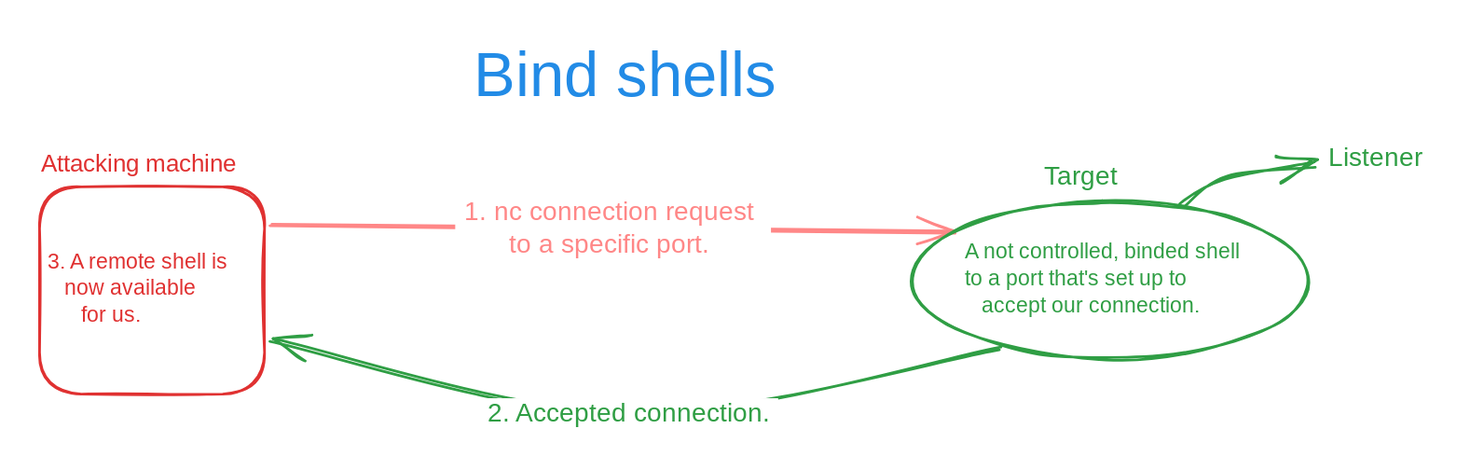
The Excalidraw diagram .gitbook/assets/file.excalidraw (10).svg in 7ankalis/muninn-cpts, before a commit. Source tidied: one line per element, renumbered; positions are measured from the earlier drawing's top-left corner, leaving out a move shared by most shapes. Source of this version:
```json
{"id": 0, "type": "rectangle", "strokeColor": "#e03131", "strokeWidth": 2, "roughness": 1, "round": true, "x": 0, "y": 113, "width": 173, "height": 159}
{"id": 1, "type": "text", "text": "Attacking machine", "strokeColor": "#e03131", "strokeWidth": 2, "roughness": 1, "fontSize": 18.59, "fontFamily": 1, "x": 1, "y": 84, "width": 161, "height": 23}
{"id": 2, "type": "arrow", "strokeColor": "#ff8787", "strokeWidth": 2, "roughness": 1, "endArrowhead": "arrow", "round": true, "from": 11, "to": 8, "x": 178, "y": 143, "width": 524, "height": 5, "points": [[0, 0], [524, 5]]}
{"id": 3, "type": "text", "text": "1. nc connection request \nto a specific port. ", "strokeColor": "#ff8787", "strokeWidth": 2, "roughness": 1, "fontSize": 20, "fontFamily": 1, "textAlign": "center", "verticalAlign": "middle", "inside": 2, "x": 310, "y": 123, "width": 242, "height": 50}
{"id": 4, "type": "arrow", "strokeColor": "#2f9e44", "strokeWidth": 2, "roughness": 1, "endArrowhead": "arrow", "round": true, "from": 8, "to": 11, "x": 737, "y": 237, "width": 559, "height": 56, "points": [[0, 0], [-285, 51], [-559, -6]]}
{"id": 5, "type": "text", "text": "2. Accepted connection.", "strokeColor": "#2f9e44", "strokeWidth": 2, "roughness": 2, "fontSize": 20, "fontFamily": 1, "textAlign": "center", "verticalAlign": "middle", "inside": 4, "x": 331, "y": 284, "width": 230, "height": 25}
{"id": 6, "type": "ellipse", "strokeColor": "#2f9e44", "strokeWidth": 2, "roughness": 1, "round": true, "x": 670, "y": 124, "width": 304, "height": 120}
{"id": 7, "type": "text", "text": "Target", "strokeColor": "#2f9e44", "strokeWidth": 2, "roughness": 1, "fontSize": 20, "fontFamily": 1, "x": 770, "y": 94, "width": 70, "height": 25}
{"id": 8, "type": "text", "text": "A not controlled, binded shell\nto a port that's set up to \n   accept our connection. \n", "strokeColor": "#2f9e44", "strokeWidth": 2, "roughness": 1, "fontSize": 16.77, "fontFamily": 1, "x": 709, "y": 153, "width": 239, "height": 84}
{"id": 9, "type": "arrow", "strokeColor": "#2f9e44", "strokeWidth": 2, "roughness": 2, "endArrowhead": "arrow", "round": true, "from": 6, "to": 10, "x": 877, "y": 128, "width": 99, "height": 33, "points": [[0, 0], [33, -22], [99, -33]]}
{"id": 10, "type": "text", "text": "Listener", "strokeColor": "#2f9e44", "strokeWidth": 2, "roughness": 2, "fontSize": 20, "fontFamily": 1, "x": 988, "y": 80, "width": 78, "height": 25}
{"id": 11, "type": "text", "text": "3. A remote shell is \n   now available \n      for us.\n", "strokeColor": "#e03131", "strokeWidth": 2, "roughness": 2, "fontSize": 16.11, "fontFamily": 1, "x": 6, "y": 162, "width": 165, "height": 81}
{"id": 12, "type": "text", "text": "Bind shells", "strokeColor": "#228be6", "strokeWidth": 2, "roughness": 1, "fontSize": 48.14, "fontFamily": 1, "x": 333, "y": 0, "width": 247, "height": 60}
```
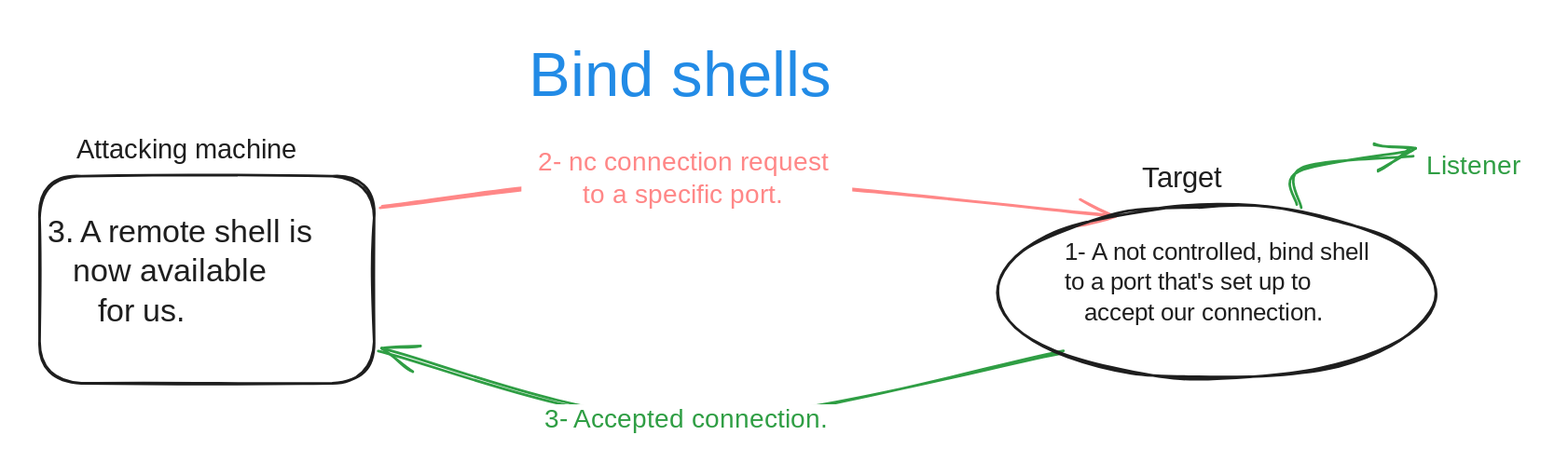
The same file after the commit.

Change to the diagram source:
```diff
@@ -1,13 +1,13 @@
-{"id": 0, "type": "rectangle", "strokeColor": "#e03131", "strokeWidth": 2, "roughness": 1, "round": true, "x": 0, "y": 113, "width": 173, "height": 159}
+{"id": 0, "type": "rectangle", "strokeColor": "#1e1e1e", "strokeWidth": 2, "roughness": 1, "round": true, "x": 2, "y": 111, "width": 257, "height": 159}
-{"id": 1, "type": "text", "text": "Attacking machine", "strokeColor": "#e03131", "strokeWidth": 2, "roughness": 1, "fontSize": 18.59, "fontFamily": 1, "x": 1, "y": 84, "width": 161, "height": 23}
+{"id": 1, "type": "text", "text": "Attacking machine", "strokeColor": "#1e1e1e", "strokeWidth": 2, "roughness": 1, "fontSize": 20.99, "fontFamily": 1, "textAlign": "center", "x": 24, "y": 78, "width": 182, "height": 26}
-{"id": 2, "type": "arrow", "strokeColor": "#ff8787", "strokeWidth": 2, "roughness": 1, "endArrowhead": "arrow", "round": true, "from": 11, "to": 8, "x": 178, "y": 143, "width": 524, "height": 5, "points": [[0, 0], [524, 5]]}
+{"id": 2, "type": "arrow", "strokeColor": "#ff8787", "strokeWidth": 2, "roughness": 1, "endArrowhead": "arrow", "round": true, "from": 11, "to": 8, "x": 264, "y": 136, "width": 562, "height": 28, "points": [[0, 0], [234, -22], [562, 6]]}
-{"id": 3, "type": "text", "text": "1. nc connection request \nto a specific port. ", "strokeColor": "#ff8787", "strokeWidth": 2, "roughness": 1, "fontSize": 20, "fontFamily": 1, "textAlign": "center", "verticalAlign": "middle", "inside": 2, "x": 310, "y": 123, "width": 242, "height": 50}
+{"id": 3, "type": "text", "text": "2- nc connection request \nto a specific port. ", "strokeColor": "#ff8787", "strokeWidth": 2, "roughness": 1, "fontSize": 20, "fontFamily": 1, "textAlign": "center", "verticalAlign": "middle", "inside": 2, "x": 371, "y": 89, "width": 254, "height": 50}
-{"id": 4, "type": "arrow", "strokeColor": "#2f9e44", "strokeWidth": 2, "roughness": 1, "endArrowhead": "arrow", "round": true, "from": 8, "to": 11, "x": 737, "y": 237, "width": 559, "height": 56, "points": [[0, 0], [-285, 51], [-559, -6]]}
+{"id": 4, "type": "arrow", "strokeColor": "#2f9e44", "strokeWidth": 2, "roughness": 1, "endArrowhead": "arrow", "round": true, "from": 8, "to": 11, "x": 787, "y": 246, "width": 524, "height": 54, "points": [[0, 0], [-289, 52], [-524, -1]]}
-{"id": 5, "type": "text", "text": "2. Accepted connection.", "strokeColor": "#2f9e44", "strokeWidth": 2, "roughness": 2, "fontSize": 20, "fontFamily": 1, "textAlign": "center", "verticalAlign": "middle", "inside": 4, "x": 331, "y": 284, "width": 230, "height": 25}
+{"id": 5, "type": "text", "text": "3- Accepted connection.", "strokeColor": "#2f9e44", "strokeWidth": 2, "roughness": 2, "fontSize": 20, "fontFamily": 1, "textAlign": "center", "verticalAlign": "middle", "inside": 4, "x": 382, "y": 286, "width": 232, "height": 25}
-{"id": 6, "type": "ellipse", "strokeColor": "#2f9e44", "strokeWidth": 2, "roughness": 1, "round": true, "x": 670, "y": 124, "width": 304, "height": 120}
+{"id": 6, "type": "ellipse", "strokeColor": "#1e1e1e", "strokeWidth": 2, "roughness": 1, "round": true, "x": 737, "y": 134, "width": 336, "height": 133}
-{"id": 7, "type": "text", "text": "Target", "strokeColor": "#2f9e44", "strokeWidth": 2, "roughness": 1, "fontSize": 20, "fontFamily": 1, "x": 770, "y": 94, "width": 70, "height": 25}
+{"id": 7, "type": "text", "text": "Target", "strokeColor": "#1e1e1e", "strokeWidth": 2, "roughness": 1, "fontSize": 22.11, "fontFamily": 1, "x": 847, "y": 100, "width": 78, "height": 28}
-{"id": 8, "type": "text", "text": "A not controlled, binded shell\nto a port that's set up to \n   accept our connection. \n", "strokeColor": "#2f9e44", "strokeWidth": 2, "roughness": 1, "fontSize": 16.77, "fontFamily": 1, "x": 709, "y": 153, "width": 239, "height": 84}
+{"id": 8, "type": "text", "text": "1- A not controlled, bind shell\nto a port that's set up to \n   accept our connection. \n", "strokeColor": "#1e1e1e", "strokeWidth": 2, "roughness": 1, "fontSize": 18.53, "fontFamily": 1, "x": 788, "y": 159, "width": 264, "height": 93}
-{"id": 9, "type": "arrow", "strokeColor": "#2f9e44", "strokeWidth": 2, "roughness": 2, "endArrowhead": "arrow", "round": true, "from": 6, "to": 10, "x": 877, "y": 128, "width": 99, "height": 33, "points": [[0, 0], [33, -22], [99, -33]]}
+{"id": 9, "type": "arrow", "strokeColor": "#2f9e44", "strokeWidth": 2, "roughness": 2, "endArrowhead": "arrow", "round": true, "from": 6, "to": 10, "x": 969, "y": 135, "width": 84, "height": 42, "points": [[0, 0], [0, -28], [84, -42]]}
-{"id": 10, "type": "text", "text": "Listener", "strokeColor": "#2f9e44", "strokeWidth": 2, "roughness": 2, "fontSize": 20, "fontFamily": 1, "x": 988, "y": 80, "width": 78, "height": 25}
+{"id": 10, "type": "text", "text": "Listener", "strokeColor": "#2f9e44", "strokeWidth": 2, "roughness": 2, "fontSize": 20, "fontFamily": 1, "x": 1065, "y": 92, "width": 78, "height": 25}
-{"id": 11, "type": "text", "text": "3. A remote shell is \n   now available \n      for us.\n", "strokeColor": "#e03131", "strokeWidth": 2, "roughness": 2, "fontSize": 16.11, "fontFamily": 1, "x": 6, "y": 162, "width": 165, "height": 81}
+{"id": 11, "type": "text", "text": "3. A remote shell is \n   now available \n      for us.\n", "strokeColor": "#1e1e1e", "strokeWidth": 2, "roughness": 2, "fontSize": 24.2, "fontFamily": 1, "x": 8, "y": 140, "width": 248, "height": 121}
-{"id": 12, "type": "text", "text": "Bind shells", "strokeColor": "#228be6", "strokeWidth": 2, "roughness": 1, "fontSize": 48.14, "fontFamily": 1, "x": 333, "y": 0, "width": 247, "height": 60}
+{"id": 12, "type": "text", "text": "Bind shells", "strokeColor": "#228be6", "strokeWidth": 2, "roughness": 1, "fontSize": 48.14, "fontFamily": 1, "x": 377, "y": 6, "width": 247, "height": 60}
```
